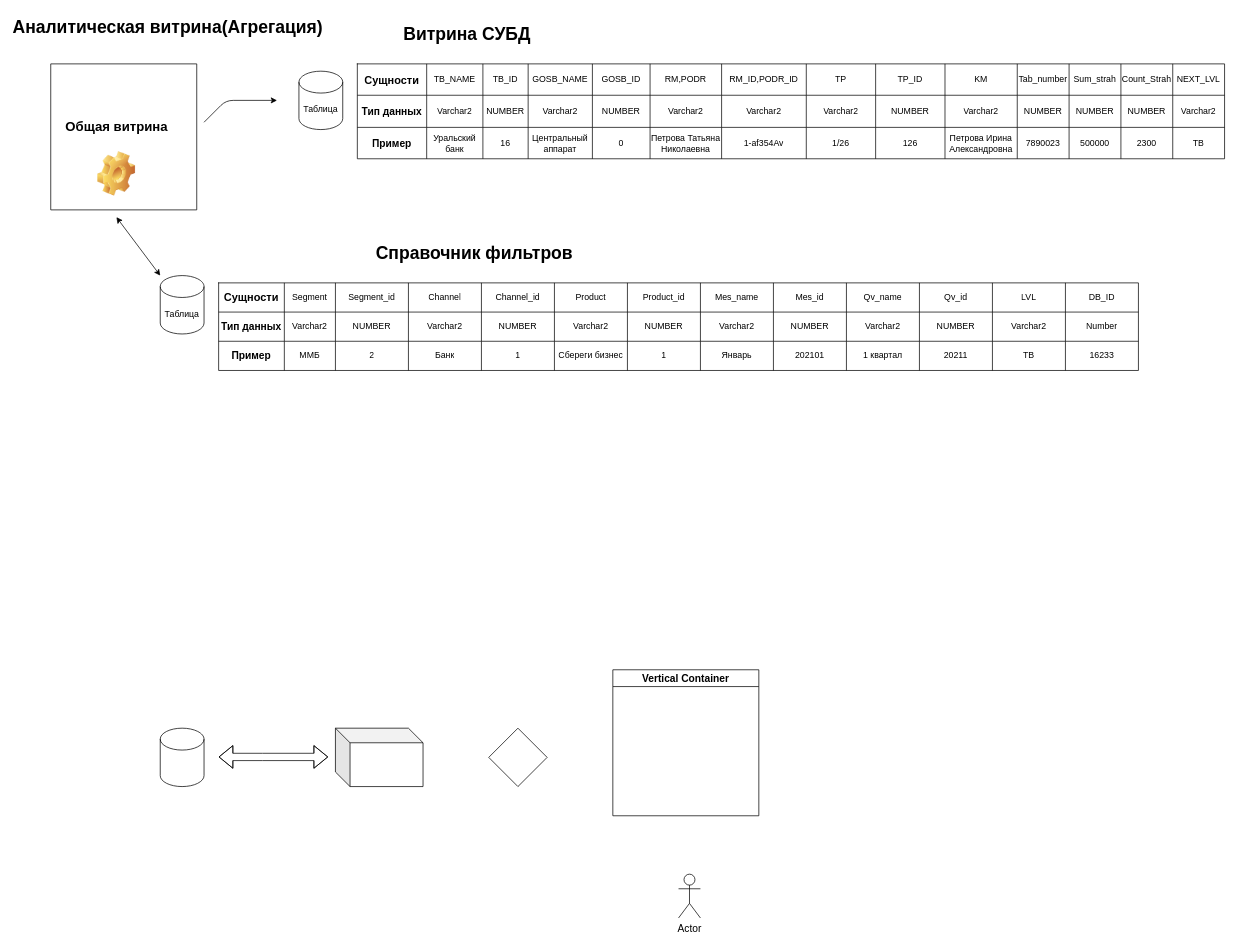
Earlier version of the draw.io diagram Untitled Diagram.drawio (cayfer12/ISKRA). Source tidied: cells renumbered, new cells numbered last; positions are measured from the earlier drawing's top-left corner, leaving out a move shared by most shapes. Both pictures are drawn from the tidied source at 73%, with x=0, y=0 at pixel (50, 12).
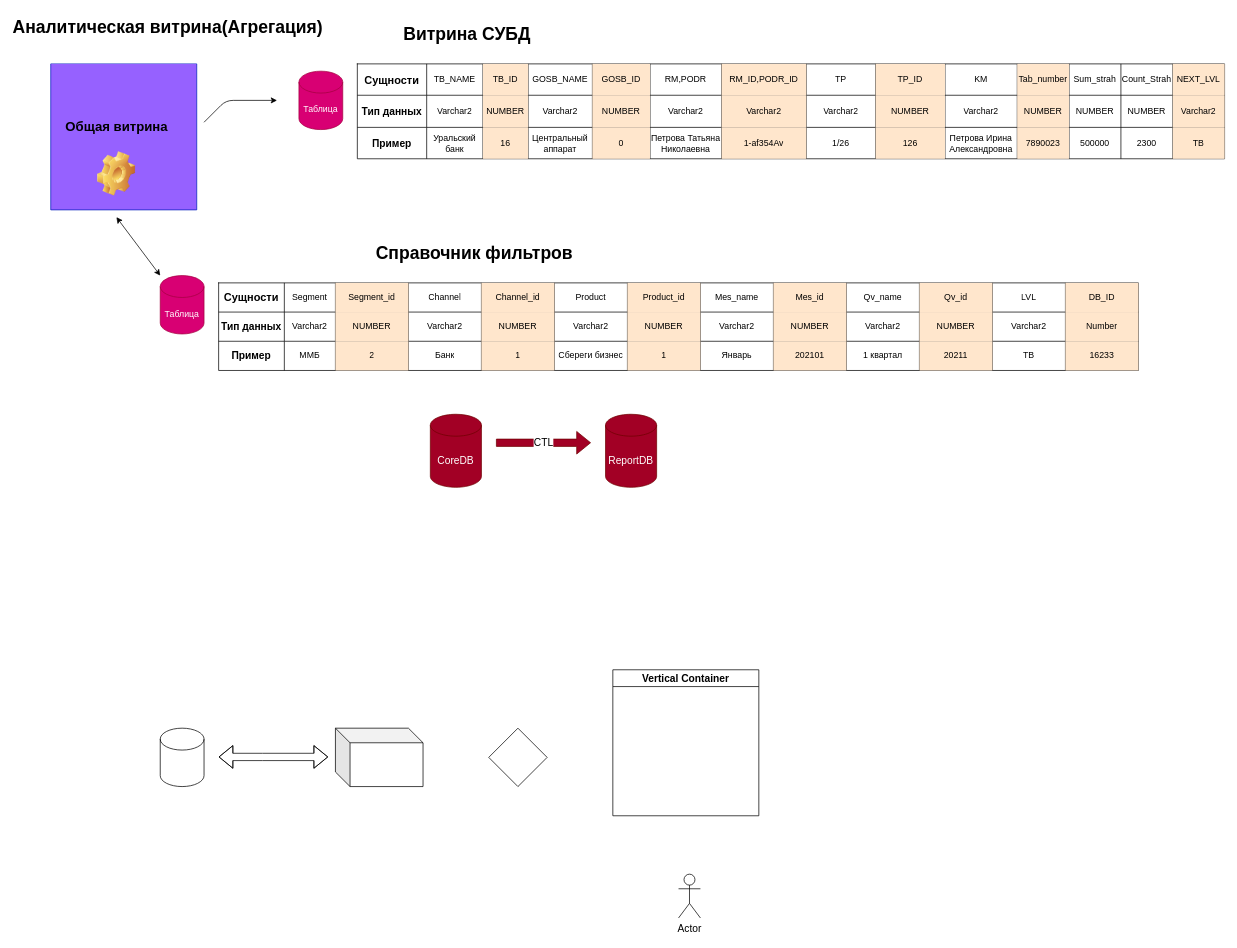
The same diagram, later.

The change refers to these unchanged cells:
```xml
<mxCell id="4" style="shape=partialRectangle;html=1;whiteSpace=wrap;fillColor=none;top=0;left=0;bottom=0;right=0;" parent="3" vertex="1">
  <mxGeometry width="1188" height="43" as="geometry" />
</mxCell>
<mxCell id="19" style="shape=partialRectangle;html=1;whiteSpace=wrap;fillColor=none;top=0;left=0;bottom=0;right=0;" parent="3" vertex="1">
  <mxGeometry y="43" width="1188" height="44" as="geometry" />
</mxCell>
<mxCell id="34" style="shape=partialRectangle;html=1;whiteSpace=wrap;fillColor=none;top=0;left=0;bottom=0;right=0;" parent="3" vertex="1">
  <mxGeometry y="87" width="1188" height="43" as="geometry" />
</mxCell>
<mxCell id="51" style="shape=partialRectangle;html=1;whiteSpace=wrap;fillColor=none;top=0;left=0;bottom=0;right=0;" parent="50" vertex="1">
  <mxGeometry width="1260" height="40" as="geometry" />
</mxCell>
<mxCell id="65" style="shape=partialRectangle;html=1;whiteSpace=wrap;fillColor=none;top=0;left=0;bottom=0;right=0;" parent="50" vertex="1">
  <mxGeometry y="40" width="1260" height="40" as="geometry" />
</mxCell>
<mxCell id="79" style="shape=partialRectangle;html=1;whiteSpace=wrap;fillColor=none;top=0;left=0;bottom=0;right=0;" parent="50" vertex="1">
  <mxGeometry y="80" width="1260" height="40" as="geometry" />
</mxCell>
```

Change to the diagram source:
```diff
@@
-    <mxCell id="2" value="Таблица" style="shape=cylinder3;whiteSpace=wrap;html=1;boundedLbl=1;backgroundOutline=1;size=15;flipV=0;" parent="1" vertex="1">
+    <mxCell id="2" value="Таблица" style="shape=cylinder3;whiteSpace=wrap;html=1;boundedLbl=1;backgroundOutline=1;size=15;flipV=0;fillColor=#d80073;strokeColor=#A50040;fontColor=#ffffff;" parent="1" vertex="1">
       <mxGeometry x="150" y="360" width="60" height="80" as="geometry" />
     </mxCell>
@@
-    <mxCell id="7" value="TB_ID" style="shape=partialRectangle;html=1;whiteSpace=wrap;fillColor=none;top=0;left=0;bottom=0;right=0;overflow=hidden;" parent="4" vertex="1">
+    <mxCell id="7" value="TB_ID" style="shape=partialRectangle;html=1;whiteSpace=wrap;fillColor=#ffe6cc;top=0;left=0;bottom=0;right=0;overflow=hidden;strokeColor=#d79b00;" parent="4" vertex="1">
       <mxGeometry x="172" width="62" height="43" as="geometry" />
     </mxCell>
@@
-    <mxCell id="9" value="GOSB_ID" style="shape=partialRectangle;html=1;whiteSpace=wrap;fillColor=none;top=0;left=0;bottom=0;right=0;overflow=hidden;" parent="4" vertex="1">
+    <mxCell id="9" value="GOSB_ID" style="shape=partialRectangle;html=1;whiteSpace=wrap;fillColor=#ffe6cc;top=0;left=0;bottom=0;right=0;overflow=hidden;strokeColor=#d79b00;" parent="4" vertex="1">
       <mxGeometry x="322" width="79" height="43" as="geometry" />
     </mxCell>
@@
-    <mxCell id="11" value="RM_ID,PODR_ID" style="shape=partialRectangle;html=1;whiteSpace=wrap;fillColor=none;top=0;left=0;bottom=0;right=0;overflow=hidden;" parent="4" vertex="1">
+    <mxCell id="11" value="RM_ID,PODR_ID" style="shape=partialRectangle;html=1;whiteSpace=wrap;fillColor=#ffe6cc;top=0;left=0;bottom=0;right=0;overflow=hidden;strokeColor=#d79b00;" parent="4" vertex="1">
       <mxGeometry x="499" width="116" height="43" as="geometry" />
     </mxCell>
@@
-    <mxCell id="13" value="TP_ID" style="shape=partialRectangle;html=1;whiteSpace=wrap;fillColor=none;top=0;left=0;bottom=0;right=0;overflow=hidden;" parent="4" vertex="1">
+    <mxCell id="13" value="TP_ID" style="shape=partialRectangle;html=1;whiteSpace=wrap;fillColor=#ffe6cc;top=0;left=0;bottom=0;right=0;overflow=hidden;strokeColor=#d79b00;" parent="4" vertex="1">
       <mxGeometry x="710" width="95" height="43" as="geometry" />
     </mxCell>
@@
-    <mxCell id="15" value="Tab_number" style="shape=partialRectangle;html=1;whiteSpace=wrap;fillColor=none;top=0;left=0;bottom=0;right=0;overflow=hidden;" parent="4" vertex="1">
+    <mxCell id="15" value="Tab_number" style="shape=partialRectangle;html=1;whiteSpace=wrap;fillColor=#ffe6cc;top=0;left=0;bottom=0;right=0;overflow=hidden;strokeColor=#d79b00;" parent="4" vertex="1">
       <mxGeometry x="904" width="71" height="43" as="geometry" />
     </mxCell>
@@
-    <mxCell id="18" value="NEXT_LVL" style="shape=partialRectangle;html=1;whiteSpace=wrap;fillColor=none;top=0;left=0;bottom=0;right=0;overflow=hidden;" parent="4" vertex="1">
+    <mxCell id="18" value="NEXT_LVL" style="shape=partialRectangle;html=1;whiteSpace=wrap;fillColor=#ffe6cc;top=0;left=0;bottom=0;right=0;overflow=hidden;strokeColor=#d79b00;" parent="4" vertex="1">
       <mxGeometry x="1117" width="71" height="43" as="geometry" />
     </mxCell>
@@
-    <mxCell id="22" value="NUMBER" style="shape=partialRectangle;html=1;whiteSpace=wrap;fillColor=none;top=0;left=0;bottom=0;right=0;overflow=hidden;" parent="19" vertex="1">
+    <mxCell id="22" value="NUMBER" style="shape=partialRectangle;html=1;whiteSpace=wrap;fillColor=#ffe6cc;top=0;left=0;bottom=0;right=0;overflow=hidden;strokeColor=#d79b00;" parent="19" vertex="1">
       <mxGeometry x="172" width="62" height="44" as="geometry" />
     </mxCell>
@@
-    <mxCell id="24" value="&lt;span&gt;NUMBER&lt;/span&gt;" style="shape=partialRectangle;html=1;whiteSpace=wrap;fillColor=none;top=0;left=0;bottom=0;right=0;overflow=hidden;" parent="19" vertex="1">
+    <mxCell id="24" value="&lt;span&gt;NUMBER&lt;/span&gt;" style="shape=partialRectangle;html=1;whiteSpace=wrap;fillColor=#ffe6cc;top=0;left=0;bottom=0;right=0;overflow=hidden;strokeColor=#d79b00;" parent="19" vertex="1">
       <mxGeometry x="322" width="79" height="44" as="geometry" />
     </mxCell>
@@
-    <mxCell id="26" value="&lt;span&gt;Varchar2&lt;/span&gt;" style="shape=partialRectangle;html=1;whiteSpace=wrap;fillColor=none;top=0;left=0;bottom=0;right=0;overflow=hidden;" parent="19" vertex="1">
+    <mxCell id="26" value="&lt;span&gt;Varchar2&lt;/span&gt;" style="shape=partialRectangle;html=1;whiteSpace=wrap;fillColor=#ffe6cc;top=0;left=0;bottom=0;right=0;overflow=hidden;strokeColor=#d79b00;" parent="19" vertex="1">
       <mxGeometry x="499" width="116" height="44" as="geometry" />
     </mxCell>
@@
-    <mxCell id="28" value="NUMBER" style="shape=partialRectangle;html=1;whiteSpace=wrap;fillColor=none;top=0;left=0;bottom=0;right=0;overflow=hidden;" parent="19" vertex="1">
+    <mxCell id="28" value="NUMBER" style="shape=partialRectangle;html=1;whiteSpace=wrap;fillColor=#ffe6cc;top=0;left=0;bottom=0;right=0;overflow=hidden;strokeColor=#d79b00;" parent="19" vertex="1">
       <mxGeometry x="710" width="95" height="44" as="geometry" />
     </mxCell>
@@
-    <mxCell id="30" value="&lt;span&gt;NUMBER&lt;/span&gt;" style="shape=partialRectangle;html=1;whiteSpace=wrap;fillColor=none;top=0;left=0;bottom=0;right=0;overflow=hidden;" parent="19" vertex="1">
+    <mxCell id="30" value="&lt;span&gt;NUMBER&lt;/span&gt;" style="shape=partialRectangle;html=1;whiteSpace=wrap;fillColor=#ffe6cc;top=0;left=0;bottom=0;right=0;overflow=hidden;strokeColor=#d79b00;" parent="19" vertex="1">
       <mxGeometry x="904" width="71" height="44" as="geometry" />
     </mxCell>
@@
-    <mxCell id="33" value="Varchar2" style="shape=partialRectangle;html=1;whiteSpace=wrap;fillColor=none;top=0;left=0;bottom=0;right=0;overflow=hidden;" parent="19" vertex="1">
+    <mxCell id="33" value="Varchar2" style="shape=partialRectangle;html=1;whiteSpace=wrap;fillColor=#ffe6cc;top=0;left=0;bottom=0;right=0;overflow=hidden;strokeColor=#d79b00;" parent="19" vertex="1">
       <mxGeometry x="1117" width="71" height="44" as="geometry" />
     </mxCell>
@@
-    <mxCell id="37" value="16" style="shape=partialRectangle;html=1;whiteSpace=wrap;fillColor=none;top=0;left=0;bottom=0;right=0;overflow=hidden;" parent="34" vertex="1">
+    <mxCell id="37" value="16" style="shape=partialRectangle;html=1;whiteSpace=wrap;fillColor=#ffe6cc;top=0;left=0;bottom=0;right=0;overflow=hidden;strokeColor=#d79b00;" parent="34" vertex="1">
       <mxGeometry x="172" width="62" height="43" as="geometry" />
     </mxCell>
@@
-    <mxCell id="39" value="0" style="shape=partialRectangle;html=1;whiteSpace=wrap;fillColor=none;top=0;left=0;bottom=0;right=0;overflow=hidden;" parent="34" vertex="1">
+    <mxCell id="39" value="0" style="shape=partialRectangle;html=1;whiteSpace=wrap;fillColor=#ffe6cc;top=0;left=0;bottom=0;right=0;overflow=hidden;strokeColor=#d79b00;" parent="34" vertex="1">
       <mxGeometry x="322" width="79" height="43" as="geometry" />
     </mxCell>
@@
-    <mxCell id="41" value="1-af354Av" style="shape=partialRectangle;html=1;whiteSpace=wrap;fillColor=none;top=0;left=0;bottom=0;right=0;overflow=hidden;" parent="34" vertex="1">
+    <mxCell id="41" value="1-af354Av" style="shape=partialRectangle;html=1;whiteSpace=wrap;fillColor=#ffe6cc;top=0;left=0;bottom=0;right=0;overflow=hidden;strokeColor=#d79b00;" parent="34" vertex="1">
       <mxGeometry x="499" width="116" height="43" as="geometry" />
     </mxCell>
@@
-    <mxCell id="43" value="126" style="shape=partialRectangle;html=1;whiteSpace=wrap;fillColor=none;top=0;left=0;bottom=0;right=0;overflow=hidden;" parent="34" vertex="1">
+    <mxCell id="43" value="126" style="shape=partialRectangle;html=1;whiteSpace=wrap;fillColor=#ffe6cc;top=0;left=0;bottom=0;right=0;overflow=hidden;strokeColor=#d79b00;" parent="34" vertex="1">
       <mxGeometry x="710" width="95" height="43" as="geometry" />
     </mxCell>
@@
-    <mxCell id="45" value="7890023" style="shape=partialRectangle;html=1;whiteSpace=wrap;fillColor=none;top=0;left=0;bottom=0;right=0;overflow=hidden;" parent="34" vertex="1">
+    <mxCell id="45" value="7890023" style="shape=partialRectangle;html=1;whiteSpace=wrap;fillColor=#ffe6cc;top=0;left=0;bottom=0;right=0;overflow=hidden;strokeColor=#d79b00;" parent="34" vertex="1">
       <mxGeometry x="904" width="71" height="43" as="geometry" />
     </mxCell>
@@
-    <mxCell id="48" value="TB" style="shape=partialRectangle;html=1;whiteSpace=wrap;fillColor=none;top=0;left=0;bottom=0;right=0;overflow=hidden;" parent="34" vertex="1">
+    <mxCell id="48" value="TB" style="shape=partialRectangle;html=1;whiteSpace=wrap;fillColor=#ffe6cc;top=0;left=0;bottom=0;right=0;overflow=hidden;strokeColor=#d79b00;" parent="34" vertex="1">
       <mxGeometry x="1117" width="71" height="43" as="geometry" />
     </mxCell>
@@
-    <mxCell id="54" value="Segment_id" style="shape=partialRectangle;html=1;whiteSpace=wrap;fillColor=none;top=0;left=0;bottom=0;right=0;overflow=hidden;" parent="51" vertex="1">
+    <mxCell id="54" value="Segment_id" style="shape=partialRectangle;html=1;whiteSpace=wrap;fillColor=#ffe6cc;top=0;left=0;bottom=0;right=0;overflow=hidden;strokeColor=#d79b00;" parent="51" vertex="1">
       <mxGeometry x="160" width="100" height="40" as="geometry" />
     </mxCell>
@@
-    <mxCell id="56" value="Channel_id" style="shape=partialRectangle;html=1;whiteSpace=wrap;fillColor=none;top=0;left=0;bottom=0;right=0;overflow=hidden;" parent="51" vertex="1">
+    <mxCell id="56" value="Channel_id" style="shape=partialRectangle;html=1;whiteSpace=wrap;fillColor=#ffe6cc;top=0;left=0;bottom=0;right=0;overflow=hidden;strokeColor=#d79b00;" parent="51" vertex="1">
       <mxGeometry x="360" width="100" height="40" as="geometry" />
     </mxCell>
@@
-    <mxCell id="58" value="Product_id" style="shape=partialRectangle;html=1;whiteSpace=wrap;fillColor=none;top=0;left=0;bottom=0;right=0;overflow=hidden;" parent="51" vertex="1">
+    <mxCell id="58" value="Product_id" style="shape=partialRectangle;html=1;whiteSpace=wrap;fillColor=#ffe6cc;top=0;left=0;bottom=0;right=0;overflow=hidden;strokeColor=#d79b00;" parent="51" vertex="1">
       <mxGeometry x="560" width="100" height="40" as="geometry" />
     </mxCell>
@@
-    <mxCell id="60" value="Mes_id" style="shape=partialRectangle;html=1;whiteSpace=wrap;fillColor=none;top=0;left=0;bottom=0;right=0;overflow=hidden;" parent="51" vertex="1">
+    <mxCell id="60" value="Mes_id" style="shape=partialRectangle;html=1;whiteSpace=wrap;fillColor=#ffe6cc;top=0;left=0;bottom=0;right=0;overflow=hidden;strokeColor=#d79b00;" parent="51" vertex="1">
       <mxGeometry x="760" width="100" height="40" as="geometry" />
     </mxCell>
@@
-    <mxCell id="62" value="Qv_id" style="shape=partialRectangle;html=1;whiteSpace=wrap;fillColor=none;top=0;left=0;bottom=0;right=0;overflow=hidden;" parent="51" vertex="1">
+    <mxCell id="62" value="Qv_id" style="shape=partialRectangle;html=1;whiteSpace=wrap;fillColor=#ffe6cc;top=0;left=0;bottom=0;right=0;overflow=hidden;strokeColor=#d79b00;" parent="51" vertex="1">
       <mxGeometry x="960" width="100" height="40" as="geometry" />
     </mxCell>
@@
-    <mxCell id="64" value="DB_ID" style="shape=partialRectangle;html=1;whiteSpace=wrap;fillColor=none;top=0;left=0;bottom=0;right=0;overflow=hidden;" parent="51" vertex="1">
+    <mxCell id="64" value="DB_ID" style="shape=partialRectangle;html=1;whiteSpace=wrap;fillColor=#ffe6cc;top=0;left=0;bottom=0;right=0;overflow=hidden;strokeColor=#d79b00;" parent="51" vertex="1">
       <mxGeometry x="1160" width="100" height="40" as="geometry" />
     </mxCell>
@@
-    <mxCell id="68" value="&lt;span&gt;NUMBER&lt;/span&gt;" style="shape=partialRectangle;html=1;whiteSpace=wrap;fillColor=none;top=0;left=0;bottom=0;right=0;overflow=hidden;" parent="65" vertex="1">
+    <mxCell id="68" value="&lt;span&gt;NUMBER&lt;/span&gt;" style="shape=partialRectangle;html=1;whiteSpace=wrap;fillColor=#ffe6cc;top=0;left=0;bottom=0;right=0;overflow=hidden;strokeColor=#d79b00;" parent="65" vertex="1">
       <mxGeometry x="160" width="100" height="40" as="geometry" />
     </mxCell>
@@
-    <mxCell id="70" value="&lt;span&gt;NUMBER&lt;/span&gt;" style="shape=partialRectangle;html=1;whiteSpace=wrap;fillColor=none;top=0;left=0;bottom=0;right=0;overflow=hidden;" parent="65" vertex="1">
+    <mxCell id="70" value="&lt;span&gt;NUMBER&lt;/span&gt;" style="shape=partialRectangle;html=1;whiteSpace=wrap;fillColor=#ffe6cc;top=0;left=0;bottom=0;right=0;overflow=hidden;strokeColor=#d79b00;" parent="65" vertex="1">
       <mxGeometry x="360" width="100" height="40" as="geometry" />
     </mxCell>
@@
-    <mxCell id="72" value="&lt;span&gt;NUMBER&lt;/span&gt;" style="shape=partialRectangle;html=1;whiteSpace=wrap;fillColor=none;top=0;left=0;bottom=0;right=0;overflow=hidden;" parent="65" vertex="1">
+    <mxCell id="72" value="&lt;span&gt;NUMBER&lt;/span&gt;" style="shape=partialRectangle;html=1;whiteSpace=wrap;fillColor=#ffe6cc;top=0;left=0;bottom=0;right=0;overflow=hidden;strokeColor=#d79b00;" parent="65" vertex="1">
       <mxGeometry x="560" width="100" height="40" as="geometry" />
     </mxCell>
@@
-    <mxCell id="74" value="&lt;span&gt;NUMBER&lt;/span&gt;" style="shape=partialRectangle;html=1;whiteSpace=wrap;fillColor=none;top=0;left=0;bottom=0;right=0;overflow=hidden;" parent="65" vertex="1">
+    <mxCell id="74" value="&lt;span&gt;NUMBER&lt;/span&gt;" style="shape=partialRectangle;html=1;whiteSpace=wrap;fillColor=#ffe6cc;top=0;left=0;bottom=0;right=0;overflow=hidden;strokeColor=#d79b00;" parent="65" vertex="1">
       <mxGeometry x="760" width="100" height="40" as="geometry" />
     </mxCell>
@@
-    <mxCell id="76" value="&lt;span&gt;NUMBER&lt;/span&gt;" style="shape=partialRectangle;html=1;whiteSpace=wrap;fillColor=none;top=0;left=0;bottom=0;right=0;overflow=hidden;" parent="65" vertex="1">
+    <mxCell id="76" value="&lt;span&gt;NUMBER&lt;/span&gt;" style="shape=partialRectangle;html=1;whiteSpace=wrap;fillColor=#ffe6cc;top=0;left=0;bottom=0;right=0;overflow=hidden;strokeColor=#d79b00;" parent="65" vertex="1">
       <mxGeometry x="960" width="100" height="40" as="geometry" />
     </mxCell>
@@
-    <mxCell id="78" value="Number" style="shape=partialRectangle;html=1;whiteSpace=wrap;fillColor=none;top=0;left=0;bottom=0;right=0;overflow=hidden;" parent="65" vertex="1">
+    <mxCell id="78" value="Number" style="shape=partialRectangle;html=1;whiteSpace=wrap;fillColor=#ffe6cc;top=0;left=0;bottom=0;right=0;overflow=hidden;strokeColor=#d79b00;" parent="65" vertex="1">
       <mxGeometry x="1160" width="100" height="40" as="geometry" />
     </mxCell>
@@
-    <mxCell id="82" value="2" style="shape=partialRectangle;html=1;whiteSpace=wrap;fillColor=none;top=0;left=0;bottom=0;right=0;overflow=hidden;" parent="79" vertex="1">
+    <mxCell id="82" value="2" style="shape=partialRectangle;html=1;whiteSpace=wrap;fillColor=#ffe6cc;top=0;left=0;bottom=0;right=0;overflow=hidden;strokeColor=#d79b00;" parent="79" vertex="1">
       <mxGeometry x="160" width="100" height="40" as="geometry" />
     </mxCell>
@@
-    <mxCell id="84" value="1" style="shape=partialRectangle;html=1;whiteSpace=wrap;fillColor=none;top=0;left=0;bottom=0;right=0;overflow=hidden;" parent="79" vertex="1">
+    <mxCell id="84" value="1" style="shape=partialRectangle;html=1;whiteSpace=wrap;fillColor=#ffe6cc;top=0;left=0;bottom=0;right=0;overflow=hidden;strokeColor=#d79b00;" parent="79" vertex="1">
       <mxGeometry x="360" width="100" height="40" as="geometry" />
     </mxCell>
@@
-    <mxCell id="86" value="1" style="shape=partialRectangle;html=1;whiteSpace=wrap;fillColor=none;top=0;left=0;bottom=0;right=0;overflow=hidden;" parent="79" vertex="1">
+    <mxCell id="86" value="1" style="shape=partialRectangle;html=1;whiteSpace=wrap;fillColor=#ffe6cc;top=0;left=0;bottom=0;right=0;overflow=hidden;strokeColor=#d79b00;" parent="79" vertex="1">
       <mxGeometry x="560" width="100" height="40" as="geometry" />
     </mxCell>
@@
-    <mxCell id="88" value="202101" style="shape=partialRectangle;html=1;whiteSpace=wrap;fillColor=none;top=0;left=0;bottom=0;right=0;overflow=hidden;" parent="79" vertex="1">
+    <mxCell id="88" value="202101" style="shape=partialRectangle;html=1;whiteSpace=wrap;fillColor=#ffe6cc;top=0;left=0;bottom=0;right=0;overflow=hidden;strokeColor=#d79b00;" parent="79" vertex="1">
       <mxGeometry x="760" width="100" height="40" as="geometry" />
     </mxCell>
@@
-    <mxCell id="90" value="20211" style="shape=partialRectangle;html=1;whiteSpace=wrap;fillColor=none;top=0;left=0;bottom=0;right=0;overflow=hidden;" parent="79" vertex="1">
+    <mxCell id="90" value="20211" style="shape=partialRectangle;html=1;whiteSpace=wrap;fillColor=#ffe6cc;top=0;left=0;bottom=0;right=0;overflow=hidden;strokeColor=#d79b00;" parent="79" vertex="1">
       <mxGeometry x="960" width="100" height="40" as="geometry" />
     </mxCell>
@@
-    <mxCell id="92" value="16233" style="shape=partialRectangle;html=1;whiteSpace=wrap;fillColor=none;top=0;left=0;bottom=0;right=0;overflow=hidden;" parent="79" vertex="1">
+    <mxCell id="92" value="16233" style="shape=partialRectangle;html=1;whiteSpace=wrap;fillColor=#ffe6cc;top=0;left=0;bottom=0;right=0;overflow=hidden;strokeColor=#d79b00;" parent="79" vertex="1">
       <mxGeometry x="1160" width="100" height="40" as="geometry" />
     </mxCell>
@@
-    <mxCell id="94" value="Таблица" style="shape=cylinder3;whiteSpace=wrap;html=1;boundedLbl=1;backgroundOutline=1;size=15;flipV=0;" parent="1" vertex="1">
+    <mxCell id="94" value="Таблица" style="shape=cylinder3;whiteSpace=wrap;html=1;boundedLbl=1;backgroundOutline=1;size=15;flipV=0;fillColor=#d80073;strokeColor=#A50040;fontColor=#ffffff;" parent="1" vertex="1">
       <mxGeometry x="340" y="80" width="60" height="80" as="geometry" />
     </mxCell>
-    <mxCell id="95" style="swimlane;startSize=0;fontSize=14;" parent="1" vertex="1">
+    <mxCell id="95" style="swimlane;startSize=0;fontSize=14;fillColor=#0050ef;strokeColor=#001DBC;fontColor=#ffffff;swimlaneFillColor=#9661FF;" parent="1" vertex="1">
       <mxGeometry y="70" width="200" height="200" as="geometry" />
     </mxCell>
@@
+    <mxCell id="107" value="CoreDB" style="shape=cylinder3;whiteSpace=wrap;html=1;boundedLbl=1;backgroundOutline=1;size=15;fontSize=14;fillColor=#a20025;strokeColor=#6F0000;fontColor=#ffffff;" parent="1" vertex="1">
+      <mxGeometry x="520" y="550" width="70" height="100" as="geometry" />
+    </mxCell>
+    <mxCell id="108" value="ReportDB" style="shape=cylinder3;whiteSpace=wrap;html=1;boundedLbl=1;backgroundOutline=1;size=15;fontSize=14;fillColor=#a20025;strokeColor=#6F0000;fontColor=#ffffff;" parent="1" vertex="1">
+      <mxGeometry x="760" y="550" width="70" height="100" as="geometry" />
+    </mxCell>
+    <mxCell id="109" value="CTL" style="shape=flexArrow;endArrow=classic;html=1;fontSize=14;fillColor=#a20025;strokeColor=#6F0000;" parent="1" edge="1">
+      <mxGeometry relative="1" as="geometry">
+        <mxPoint x="610" y="589" as="sourcePoint" />
+        <mxPoint x="740" y="589" as="targetPoint" />
+      </mxGeometry>
+    </mxCell>
```
